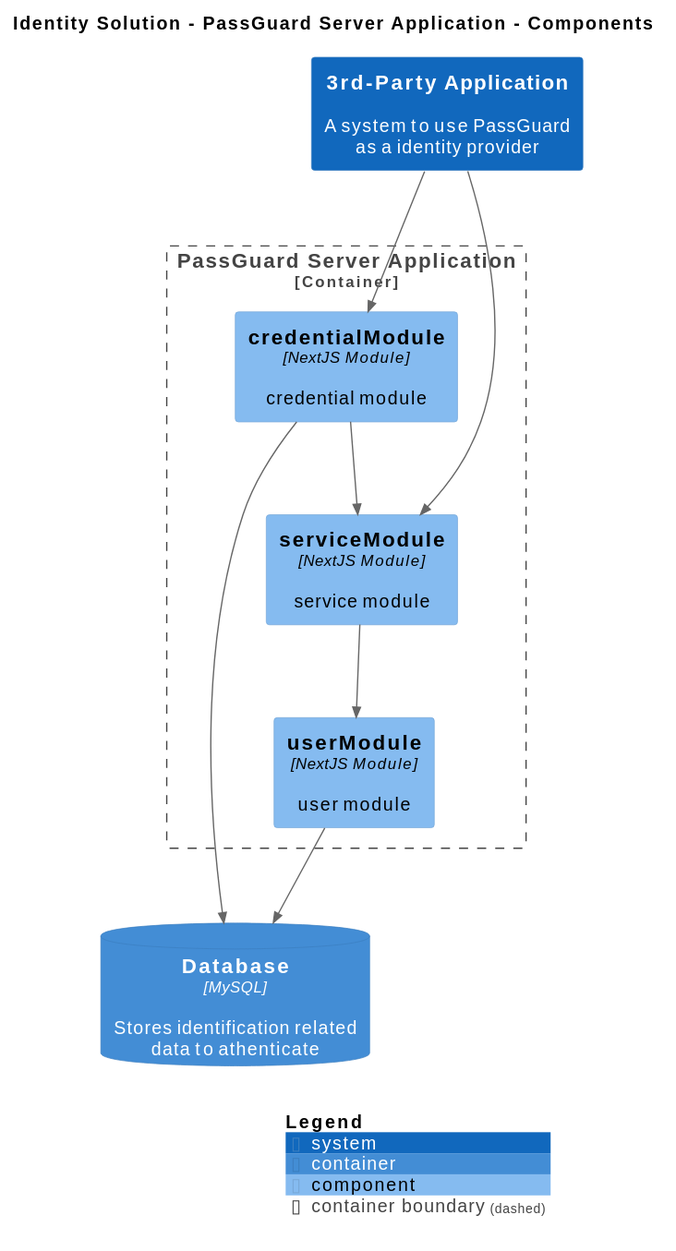
Earlier version of the PlantUML export master/svg/ServerComponentVeiw.svg (IntellectusCorp/passguard-docs). Its source is kept beside it as master/puml/ServerComponentVeiw.puml. Its diagram source:
```plantuml
@startuml
set separator none
title Identity Solution - PassGuard Server Application - Components

top to bottom direction

!include <C4/C4>
!include <C4/C4_Context>
!include <C4/C4_Container>
!include <C4/C4_Component>

System(3rdPartyApplication, "3rd-Party Application", $descr="A system to use PassGuard as a identity provider", $tags="", $link="")
ContainerDb(IdentitySolution.Database, "Database", $techn="MySQL", $descr="Stores identification related data to athenticate", $tags="", $link="")

Container_Boundary("IdentitySolution.PassGuardServerApplication_boundary", "PassGuard Server Application", $tags="") {
  Component(IdentitySolution.PassGuardServerApplication.credentialModule, "credentialModule", $techn="NextJS Module", $descr="credential module", $tags="", $link="")
  Component(IdentitySolution.PassGuardServerApplication.serviceModule, "serviceModule", $techn="NextJS Module", $descr="service module", $tags="", $link="")
  Component(IdentitySolution.PassGuardServerApplication.userModule, "userModule", $techn="NextJS Module", $descr="user module", $tags="", $link="")
}

Rel(3rdPartyApplication, IdentitySolution.PassGuardServerApplication.serviceModule, "", $techn="", $tags="", $link="")
Rel(3rdPartyApplication, IdentitySolution.PassGuardServerApplication.credentialModule, "", $techn="", $tags="", $link="")
Rel(IdentitySolution.PassGuardServerApplication.credentialModule, IdentitySolution.PassGuardServerApplication.serviceModule, "", $techn="", $tags="", $link="")
Rel(IdentitySolution.PassGuardServerApplication.serviceModule, IdentitySolution.PassGuardServerApplication.userModule, "", $techn="", $tags="", $link="")
Rel(IdentitySolution.PassGuardServerApplication.userModule, IdentitySolution.Database, "", $techn="", $tags="", $link="")
Rel(IdentitySolution.PassGuardServerApplication.credentialModule, IdentitySolution.Database, "", $techn="", $tags="", $link="")

SHOW_LEGEND(true)
@enduml
```
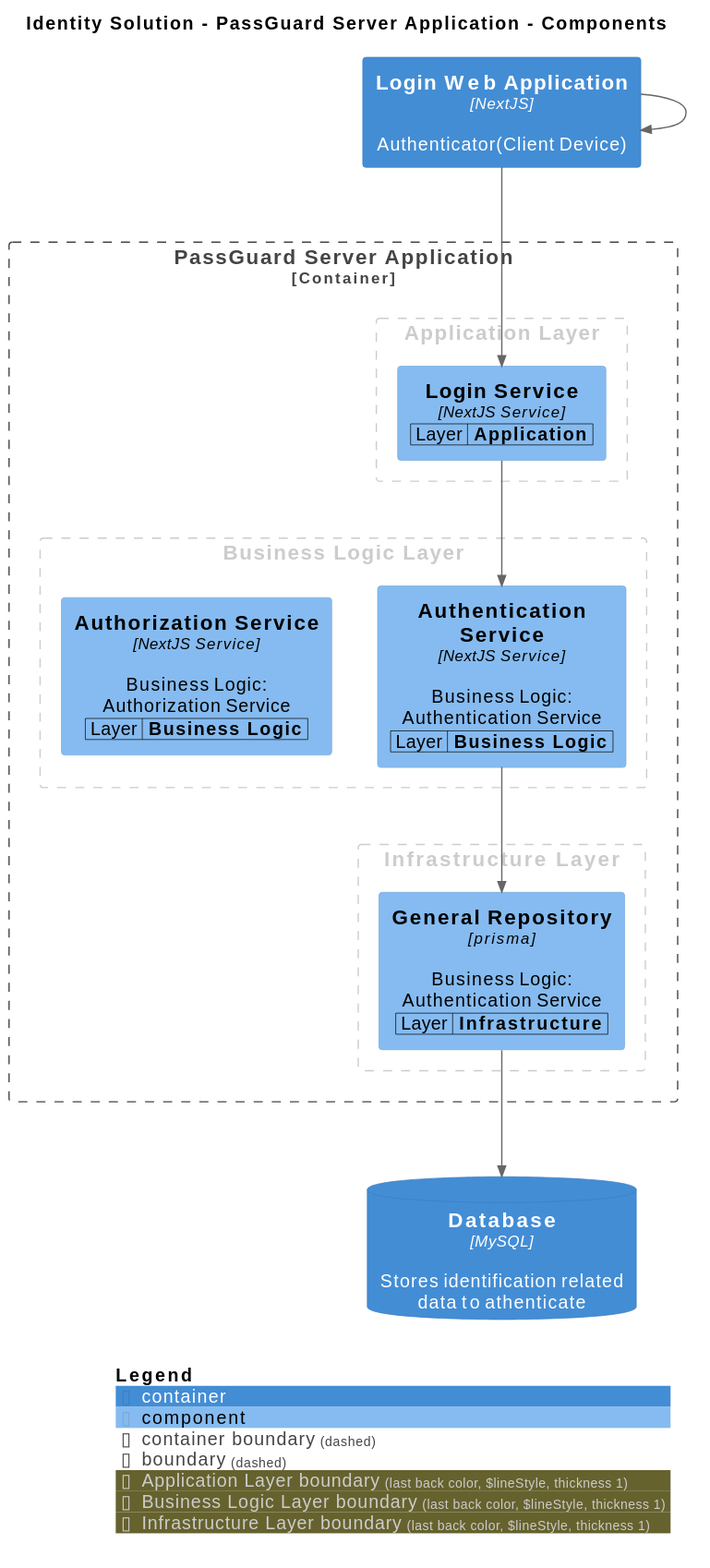
After the change.

What changed in the source:
```diff
@@ -9,21 +9,41 @@
 !include <C4/C4_Container>
 !include <C4/C4_Component>
 
-System(3rdPartyApplication, "3rd-Party Application", $descr="A system to use PassGuard as a identity provider", $tags="", $link="")
+Container(IdentitySolution.LoginWebApplication, "Login Web Application", $techn="NextJS", $descr="Authenticator(Client Device)", $tags="", $link="")
 ContainerDb(IdentitySolution.Database, "Database", $techn="MySQL", $descr="Stores identification related data to athenticate", $tags="", $link="")
 
 Container_Boundary("IdentitySolution.PassGuardServerApplication_boundary", "PassGuard Server Application", $tags="") {
-  Component(IdentitySolution.PassGuardServerApplication.credentialModule, "credentialModule", $techn="NextJS Module", $descr="credential module", $tags="", $link="")
-  Component(IdentitySolution.PassGuardServerApplication.serviceModule, "serviceModule", $techn="NextJS Module", $descr="service module", $tags="", $link="")
-  Component(IdentitySolution.PassGuardServerApplication.userModule, "userModule", $techn="NextJS Module", $descr="user module", $tags="", $link="")
+  AddBoundaryTag("Application Layer", $borderColor="#cccccc", $fontColor="#cccccc", $borderStyle="Dashed", $borderThickness="1")
+  Boundary(group_1, "Application Layer", $tags="Application Layer") {
+    WithoutPropertyHeader()
+    AddProperty("Layer","Application")
+    Component(IdentitySolution.PassGuardServerApplication.LoginService, "Login Service", $techn="NextJS Service", $descr="", $tags="", $link="")
+  }
+
+  AddBoundaryTag("Business Logic Layer", $borderColor="#cccccc", $fontColor="#cccccc", $borderStyle="Dashed", $borderThickness="1")
+  Boundary(group_2, "Business Logic Layer", $tags="Business Logic Layer") {
+    WithoutPropertyHeader()
+    AddProperty("Layer","Business Logic")
+    Component(IdentitySolution.PassGuardServerApplication.AuthenticationService, "Authentication Service", $techn="NextJS Service", $descr="Business Logic: Authentication Service", $tags="", $link="")
+    WithoutPropertyHeader()
+    AddProperty("Layer","Business Logic")
+    Component(IdentitySolution.PassGuardServerApplication.AuthorizationService, "Authorization Service", $techn="NextJS Service", $descr="Business Logic: Authorization Service", $tags="", $link="")
+  }
+
+  AddBoundaryTag("Infrastructure Layer", $borderColor="#cccccc", $fontColor="#cccccc", $borderStyle="Dashed", $borderThickness="1")
+  Boundary(group_3, "Infrastructure Layer", $tags="Infrastructure Layer") {
+    WithoutPropertyHeader()
+    AddProperty("Layer","Infrastructure")
+    Component(IdentitySolution.PassGuardServerApplication.GeneralRepository, "General Repository", $techn="prisma", $descr="Business Logic: Authentication Service", $tags="", $link="")
+  }
+
 }
 
-Rel(3rdPartyApplication, IdentitySolution.PassGuardServerApplication.serviceModule, "", $techn="", $tags="", $link="")
-Rel(3rdPartyApplication, IdentitySolution.PassGuardServerApplication.credentialModule, "", $techn="", $tags="", $link="")
-Rel(IdentitySolution.PassGuardServerApplication.credentialModule, IdentitySolution.PassGuardServerApplication.serviceModule, "", $techn="", $tags="", $link="")
-Rel(IdentitySolution.PassGuardServerApplication.serviceModule, IdentitySolution.PassGuardServerApplication.userModule, "", $techn="", $tags="", $link="")
-Rel(IdentitySolution.PassGuardServerApplication.userModule, IdentitySolution.Database, "", $techn="", $tags="", $link="")
-Rel(IdentitySolution.PassGuardServerApplication.credentialModule, IdentitySolution.Database, "", $techn="", $tags="", $link="")
+Rel(IdentitySolution.LoginWebApplication, IdentitySolution.LoginWebApplication, "", $techn="", $tags="", $link="")
+Rel(IdentitySolution.PassGuardServerApplication.LoginService, IdentitySolution.PassGuardServerApplication.AuthenticationService, "", $techn="", $tags="", $link="")
+Rel(IdentitySolution.PassGuardServerApplication.AuthenticationService, IdentitySolution.PassGuardServerApplication.GeneralRepository, "", $techn="", $tags="", $link="")
+Rel(IdentitySolution.LoginWebApplication, IdentitySolution.PassGuardServerApplication.LoginService, "", $techn="", $tags="", $link="")
+Rel(IdentitySolution.PassGuardServerApplication.GeneralRepository, IdentitySolution.Database, "", $techn="", $tags="", $link="")
 
 SHOW_LEGEND(true)
 @enduml
```
